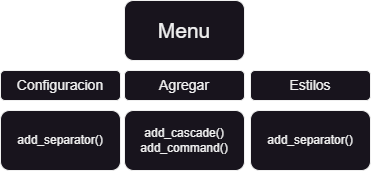
Earlier version of the draw.io export SEPE_Python_Avanzado_PUE/Tema 3 - PCPP1/Apuntes_diagramas/tkinter/Menus.png (NaveganteGithub/EstudiosPython). Source tidied: cells renumbered, new cells last; positions are measured from the earlier drawing's top-left corner, leaving out a move shared by most shapes. Its diagram source:
```xml
<mxGraphModel>
  <root>
    <mxCell id="0" />
    <mxCell id="1" parent="0" />
    <mxCell id="2" value="Menu" style="rounded=1;whiteSpace=wrap;html=1;fontSize=21;" parent="1" vertex="1">
      <mxGeometry x="124" width="120" height="60" as="geometry" />
    </mxCell>
    <mxCell id="3" value="add_cascade()&lt;br&gt;add_command()" style="rounded=1;whiteSpace=wrap;html=1;" parent="1" vertex="1">
      <mxGeometry x="124" y="110" width="120" height="60" as="geometry" />
    </mxCell>
    <mxCell id="4" value="Agregar" style="rounded=1;whiteSpace=wrap;html=1;fontSize=14;" parent="1" vertex="1">
      <mxGeometry x="124" y="70" width="120" height="30" as="geometry" />
    </mxCell>
    <mxCell id="5" value="Configuracion" style="rounded=1;whiteSpace=wrap;html=1;fontSize=14;" parent="1" vertex="1">
      <mxGeometry y="70" width="120" height="30" as="geometry" />
    </mxCell>
    <mxCell id="6" value="Estilos" style="rounded=1;whiteSpace=wrap;html=1;fontSize=14;" parent="1" vertex="1">
      <mxGeometry x="250" y="70" width="120" height="30" as="geometry" />
    </mxCell>
    <mxCell id="7" value="add_separator()" style="rounded=1;whiteSpace=wrap;html=1;" parent="1" vertex="1">
      <mxGeometry y="110" width="120" height="60" as="geometry" />
    </mxCell>
    <mxCell id="8" value="add_separator()" style="rounded=1;whiteSpace=wrap;html=1;" parent="1" vertex="1">
      <mxGeometry x="250" y="110" width="120" height="60" as="geometry" />
    </mxCell>
  </root>
</mxGraphModel>
```
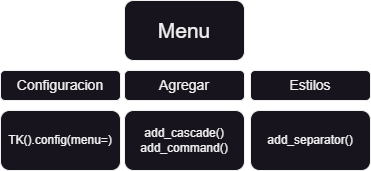
The same file after the commit.

The edit, as a diff of the source:
```diff
@@ -17,7 +17,7 @@
     <mxCell id="6" value="Estilos" style="rounded=1;whiteSpace=wrap;html=1;fontSize=14;" parent="1" vertex="1">
       <mxGeometry x="250" y="70" width="120" height="30" as="geometry" />
     </mxCell>
-    <mxCell id="7" value="add_separator()" style="rounded=1;whiteSpace=wrap;html=1;" parent="1" vertex="1">
+    <mxCell id="7" value="TK().config(menu=)" style="rounded=1;whiteSpace=wrap;html=1;" parent="1" vertex="1">
       <mxGeometry y="110" width="120" height="60" as="geometry" />
     </mxCell>
     <mxCell id="8" value="add_separator()" style="rounded=1;whiteSpace=wrap;html=1;" parent="1" vertex="1">
```
